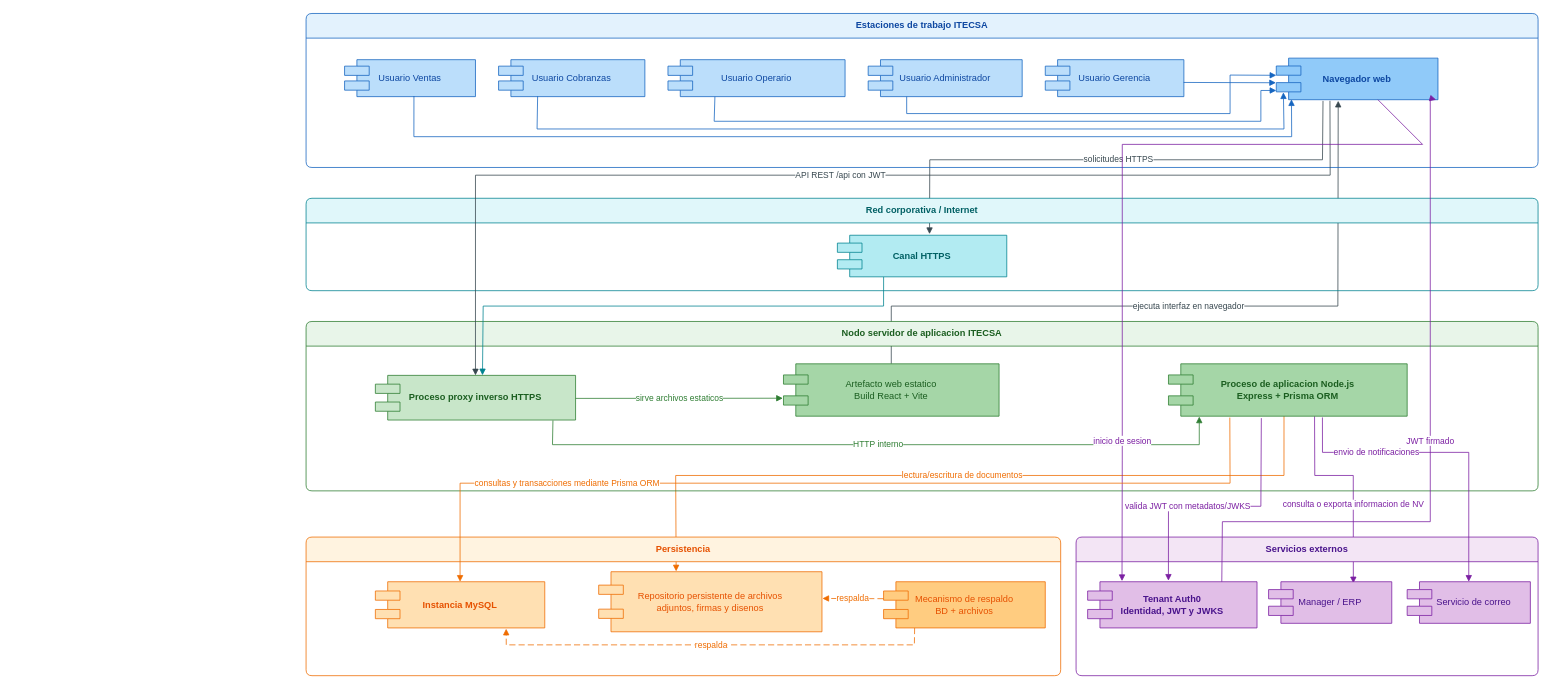
Grupo10ingsoftware/itecsa-docs keeps this draw.io diagram as docs/Arquitectura/Diagrama de Despliegue.drawio. Above is the earlier version. Source tidied: cells renumbered, new cells numbered last; positions are measured from the earlier drawing's top-left corner, leaving out a move shared by most shapes. Both pictures are drawn from the tidied source at 77%, with x=0, y=0 at pixel (306, 13).
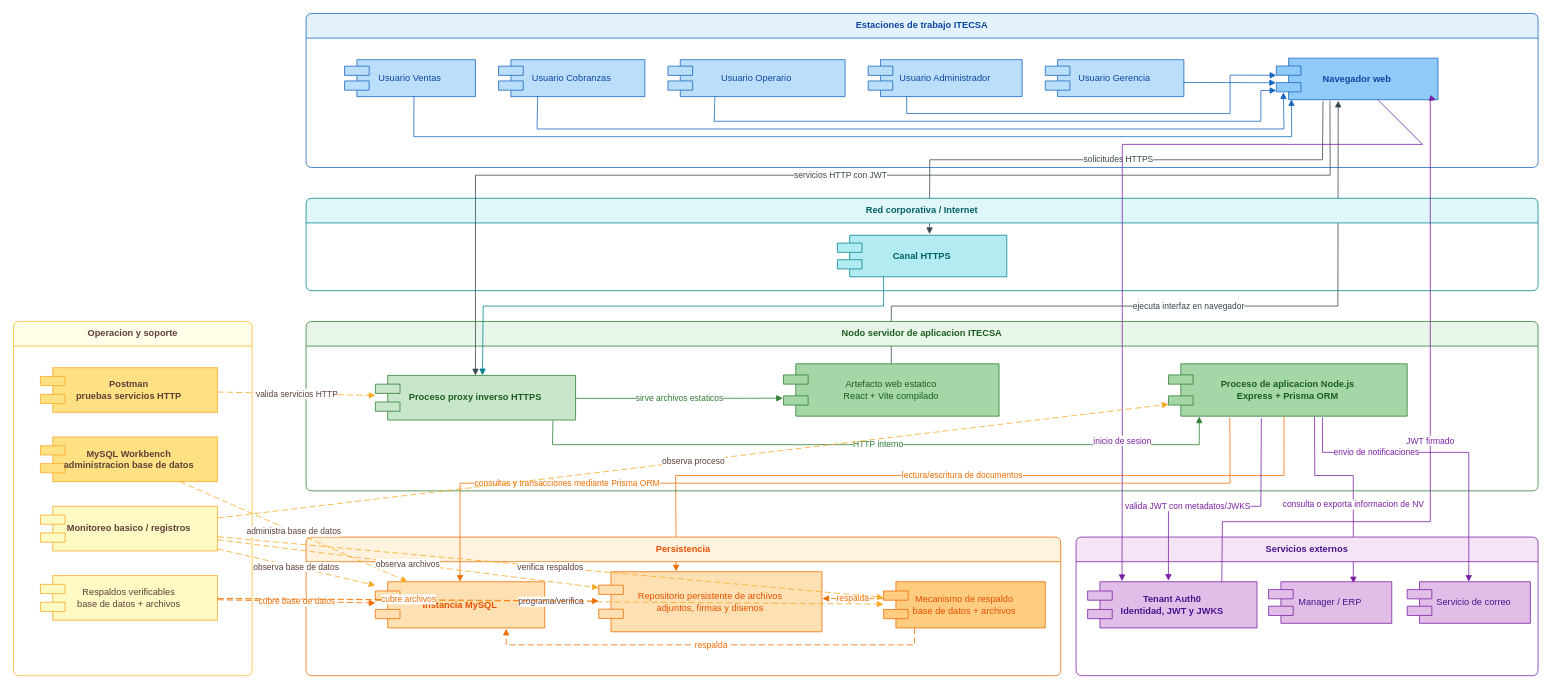
The same page after the edit.

Commit message (it also covers changes not shown here):
Normalize architecture diagrams and docs

The change refers to these unchanged cells:
```xml
<mxCell id="12" value="Navegador web" style="shape=component;whiteSpace=wrap;html=1;fillColor=#90CAF9;strokeColor=#1565C0;fontColor=#0D47A1;fontStyle=1;" parent="6" vertex="1">
  <mxGeometry x="1260" y="58" width="210" height="54" as="geometry" />
</mxCell>
<mxCell id="18" value="Nodo servidor de aplicacion ITECSA" style="swimlane;whiteSpace=wrap;html=1;startSize=32;rounded=1;arcSize=8;fillColor=#E8F5E9;strokeColor=#2E7D32;fontColor=#1B5E20;fontStyle=1;" parent="1" vertex="1">
  <mxGeometry y="400" width="1600" height="220" as="geometry" />
</mxCell>
<mxCell id="19" value="Proceso proxy inverso HTTPS" style="shape=component;whiteSpace=wrap;html=1;fillColor=#C8E6C9;strokeColor=#2E7D32;fontColor=#1B5E20;fontStyle=1;" parent="18" vertex="1">
  <mxGeometry x="90" y="70" width="260" height="58" as="geometry" />
</mxCell>
<mxCell id="21" value="Proceso de aplicacion Node.js&lt;br&gt;Express + Prisma ORM" style="shape=component;whiteSpace=wrap;html=1;fillColor=#A5D6A7;strokeColor=#2E7D32;fontColor=#1B5E20;fontStyle=1;" parent="18" vertex="1">
  <mxGeometry x="1120" y="55" width="310" height="68" as="geometry" />
</mxCell>
<mxCell id="23" value="Persistencia" style="swimlane;whiteSpace=wrap;html=1;startSize=32;rounded=1;arcSize=8;fillColor=#FFF3E0;strokeColor=#EF6C00;fontColor=#E65100;fontStyle=1;" parent="1" vertex="1">
  <mxGeometry y="680" width="980" height="180" as="geometry" />
</mxCell>
<mxCell id="24" value="Instancia MySQL" style="shape=component;whiteSpace=wrap;html=1;fillColor=#FFE0B2;strokeColor=#EF6C00;fontColor=#E65100;fontStyle=1;" parent="23" vertex="1">
  <mxGeometry x="90" y="58" width="220" height="60" as="geometry" />
</mxCell>
<mxCell id="25" value="Repositorio persistente de archivos&lt;br&gt;adjuntos, firmas y disenos" style="shape=component;whiteSpace=wrap;html=1;fillColor=#FFE0B2;strokeColor=#EF6C00;fontColor=#E65100;" parent="23" vertex="1">
  <mxGeometry x="380" y="45" width="290" height="78" as="geometry" />
</mxCell>
```

Change to the diagram source:
```diff
@@
-    <mxCell id="20" value="Artefacto web estatico&lt;br&gt;Build React + Vite" style="shape=component;whiteSpace=wrap;html=1;fillColor=#A5D6A7;strokeColor=#2E7D32;fontColor=#1B5E20;" parent="18" vertex="1">
+    <mxCell id="20" value="Artefacto web estatico&lt;br&gt;React + Vite compilado" style="shape=component;whiteSpace=wrap;html=1;fillColor=#A5D6A7;strokeColor=#2E7D32;fontColor=#1B5E20;" parent="18" vertex="1">
       <mxGeometry x="620" y="55" width="280" height="68" as="geometry" />
     </mxCell>
@@
-    <mxCell id="26" value="Mecanismo de respaldo&lt;br&gt;BD + archivos" style="shape=component;whiteSpace=wrap;html=1;fillColor=#FFCC80;strokeColor=#EF6C00;fontColor=#E65100;" parent="23" vertex="1">
+    <mxCell id="26" value="Mecanismo de respaldo&lt;br&gt;base de datos + archivos" style="shape=component;whiteSpace=wrap;html=1;fillColor=#FFCC80;strokeColor=#EF6C00;fontColor=#E65100;" parent="23" vertex="1">
       <mxGeometry x="750" y="58" width="210" height="60" as="geometry" />
     </mxCell>
@@
-    <mxCell id="34" value="API REST /api con JWT" style="endArrow=block;html=1;rounded=0;strokeColor=#37474F;fontColor=#37474F;exitX=0.332;exitY=1.026;exitDx=0;exitDy=0;exitPerimeter=0;" parent="1" edge="1" source="12" target="19">
+    <mxCell id="34" value="servicios HTTP con JWT" style="endArrow=block;html=1;rounded=0;strokeColor=#37474F;fontColor=#37474F;exitX=0.332;exitY=1.026;exitDx=0;exitDy=0;exitPerimeter=0;" parent="1" edge="1" source="12" target="19">
       <mxGeometry relative="1" as="geometry">
         <Array as="points">
           <mxPoint x="1330" y="210" />
           <mxPoint x="220" y="210" />
         </Array>
       </mxGeometry>
     </mxCell>
@@
+    <mxCell id="43" value="Operacion y soporte" style="swimlane;whiteSpace=wrap;html=1;startSize=32;rounded=1;arcSize=8;fillColor=#FFFDE7;strokeColor=#FBC02D;fontColor=#5D4037;fontStyle=1;" parent="1" vertex="1">
+      <mxGeometry x="-380" y="400" width="310" height="460" as="geometry" />
+    </mxCell>
+    <mxCell id="44" value="Postman&lt;br&gt;pruebas servicios HTTP" style="shape=component;whiteSpace=wrap;html=1;fillColor=#FFE082;strokeColor=#F9A825;fontColor=#5D4037;fontStyle=1;" parent="43" vertex="1">
+      <mxGeometry x="35" y="60" width="230" height="58" as="geometry" />
+    </mxCell>
+    <mxCell id="45" value="MySQL Workbench&lt;br&gt;administracion base de datos" style="shape=component;whiteSpace=wrap;html=1;fillColor=#FFE082;strokeColor=#F9A825;fontColor=#5D4037;fontStyle=1;" parent="43" vertex="1">
+      <mxGeometry x="35" y="150" width="230" height="58" as="geometry" />
+    </mxCell>
+    <mxCell id="46" value="Monitoreo basico / registros" style="shape=component;whiteSpace=wrap;html=1;fillColor=#FFF9C4;strokeColor=#F9A825;fontColor=#5D4037;fontStyle=1;" parent="43" vertex="1">
+      <mxGeometry x="35" y="240" width="230" height="58" as="geometry" />
+    </mxCell>
+    <mxCell id="47" value="Respaldos verificables&lt;br&gt;base de datos + archivos" style="shape=component;whiteSpace=wrap;html=1;fillColor=#FFF9C4;strokeColor=#F9A825;fontColor=#5D4037;" parent="43" vertex="1">
+      <mxGeometry x="35" y="330" width="230" height="58" as="geometry" />
+    </mxCell>
+    <mxCell id="48" value="valida servicios HTTP" style="endArrow=block;html=1;rounded=0;strokeColor=#F9A825;fontColor=#5D4037;dashed=1;dashPattern=8 4;" parent="1" edge="1" source="44" target="19">
+      <mxGeometry relative="1" as="geometry" />
+    </mxCell>
+    <mxCell id="49" value="administra base de datos" style="endArrow=block;html=1;rounded=0;strokeColor=#F9A825;fontColor=#5D4037;dashed=1;dashPattern=8 4;" parent="1" edge="1" source="45" target="24">
+      <mxGeometry relative="1" as="geometry" />
+    </mxCell>
+    <mxCell id="50" value="observa proceso" style="endArrow=block;html=1;rounded=0;strokeColor=#F9A825;fontColor=#5D4037;dashed=1;dashPattern=8 4;" parent="1" edge="1" source="46" target="21">
+      <mxGeometry relative="1" as="geometry" />
+    </mxCell>
+    <mxCell id="51" value="observa base de datos" style="endArrow=block;html=1;rounded=0;strokeColor=#F9A825;fontColor=#5D4037;dashed=1;dashPattern=8 4;" parent="1" edge="1" source="46" target="24">
+      <mxGeometry relative="1" as="geometry" />
+    </mxCell>
+    <mxCell id="52" value="observa archivos" style="endArrow=block;html=1;rounded=0;strokeColor=#F9A825;fontColor=#5D4037;dashed=1;dashPattern=8 4;" parent="1" edge="1" source="46" target="25">
+      <mxGeometry relative="1" as="geometry" />
+    </mxCell>
+    <mxCell id="53" value="verifica respaldos" style="endArrow=block;html=1;rounded=0;strokeColor=#F9A825;fontColor=#5D4037;dashed=1;dashPattern=8 4;" parent="1" edge="1" source="46" target="26">
+      <mxGeometry relative="1" as="geometry" />
+    </mxCell>
+    <mxCell id="54" value="programa/verifica" style="endArrow=block;html=1;rounded=0;strokeColor=#F9A825;fontColor=#5D4037;dashed=1;dashPattern=8 4;" parent="1" edge="1" source="47" target="26">
+      <mxGeometry relative="1" as="geometry" />
+    </mxCell>
+    <mxCell id="55" value="cubre base de datos" style="endArrow=block;html=1;rounded=0;strokeColor=#EF6C00;fontColor=#EF6C00;dashed=1;dashPattern=8 4;" parent="1" edge="1" source="47" target="24">
+      <mxGeometry relative="1" as="geometry" />
+    </mxCell>
+    <mxCell id="56" value="cubre archivos" style="endArrow=block;html=1;rounded=0;strokeColor=#EF6C00;fontColor=#EF6C00;dashed=1;dashPattern=8 4;" parent="1" edge="1" source="47" target="25">
+      <mxGeometry relative="1" as="geometry" />
+    </mxCell>
```
